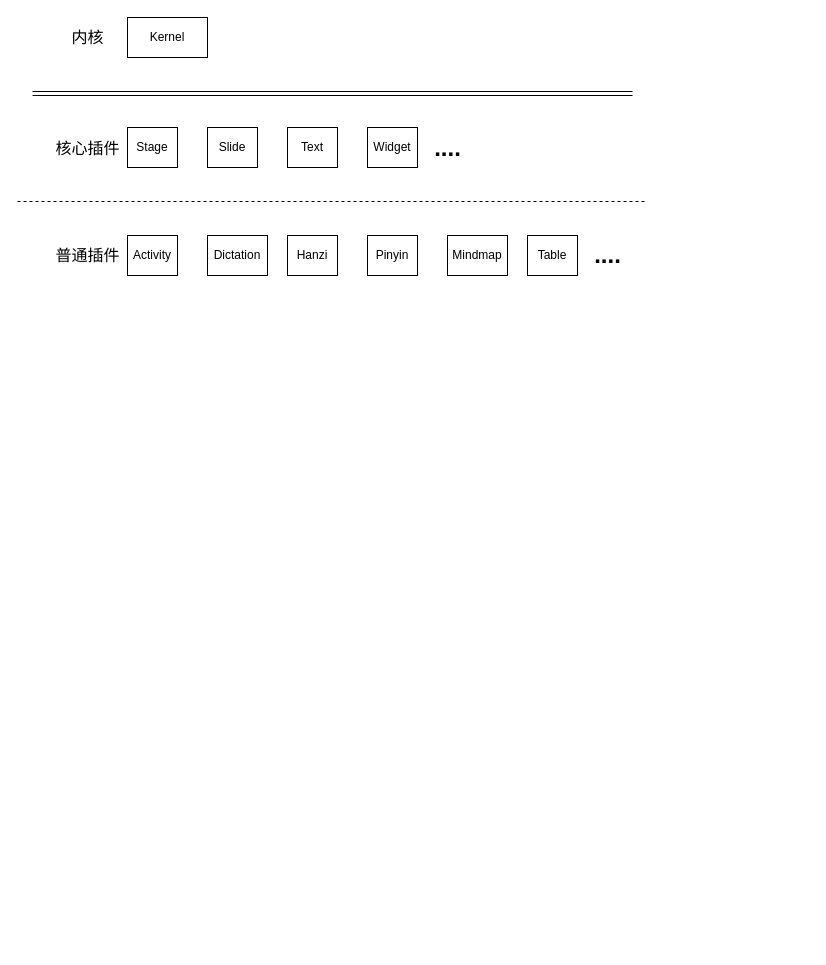
Earlier version of the draw.io diagram page "插件通信" (6 of 9) of whatsENOW.drawio (ShaojieLiu/Lab). Source tidied: cells renumbered, new cells numbered last; positions are measured from the earlier drawing's top-left corner, leaving out a move shared by most shapes. Both pictures are drawn from the tidied source at 100%, with x=0, y=0 at pixel (17, 17).
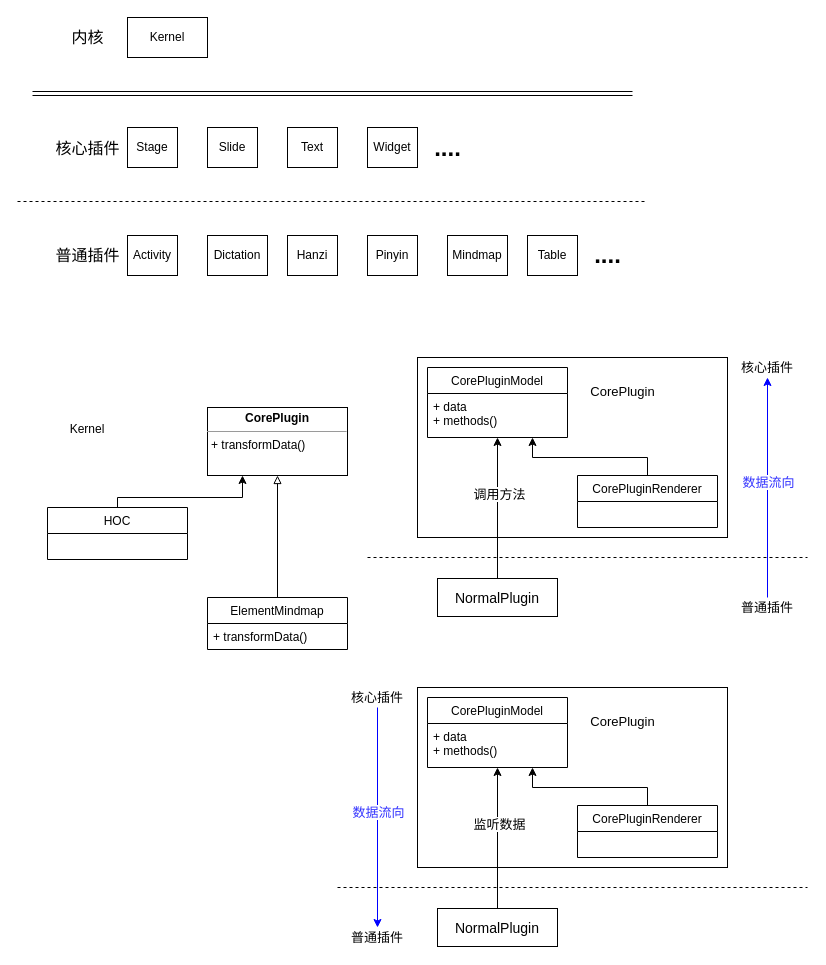
The same page after the edit.

The edit, as a diff of the source:
```diff
@@
+    <mxCell id="21" style="rounded=0;whiteSpace=wrap;html=1;strokeColor=#000000;strokeWidth=1;fillColor=none;fontSize=16;fontColor=#3333FF;" parent="1" vertex="1">
+      <mxGeometry x="400" y="340" width="310" height="180" as="geometry" />
+    </mxCell>
@@
+    <mxCell id="22" style="edgeStyle=orthogonalEdgeStyle;rounded=0;jettySize=auto;html=1;exitX=0.5;exitY=0;exitDx=0;exitDy=0;entryX=0.25;entryY=1;entryDx=0;entryDy=0;endArrow=classic;endFill=1;" parent="1" edge="1" source="23" target="27">
+      <mxGeometry relative="1" as="geometry">
+        <Array as="points">
+          <mxPoint x="100" y="480" />
+          <mxPoint x="225" y="480" />
+        </Array>
+      </mxGeometry>
+    </mxCell>
+    <mxCell id="23" value="HOC" style="swimlane;fontStyle=0;horizontal=1;startSize=26;fillColor=none;" parent="1" vertex="1">
+      <mxGeometry x="30" y="490" width="140" height="52" as="geometry" />
+    </mxCell>
+    <mxCell id="24" style="edgeStyle=none;rounded=0;jettySize=auto;html=1;exitX=0.5;exitY=0;exitDx=0;exitDy=0;entryX=0.5;entryY=1;entryDx=0;entryDy=0;endArrow=block;endFill=0;" parent="1" edge="1" source="25" target="27">
+      <mxGeometry relative="1" as="geometry" />
+    </mxCell>
+    <mxCell id="25" value="ElementMindmap" style="swimlane;fontStyle=0;horizontal=1;startSize=26;fillColor=none;" parent="1" vertex="1">
+      <mxGeometry x="190" y="580" width="140" height="52" as="geometry" />
+    </mxCell>
+    <mxCell id="26" value="+ transformData()" style="text;strokeColor=none;fillColor=none;align=left;verticalAlign=top;spacingLeft=4;spacingRight=4;overflow=hidden;" parent="25" vertex="1">
+      <mxGeometry y="26" width="140" height="26" as="geometry" />
+    </mxCell>
+    <mxCell id="27" value="&lt;p style=&quot;margin: 0px ; margin-top: 4px ; text-align: center&quot;&gt;&lt;b&gt;CorePlugin&lt;/b&gt;&lt;/p&gt;&lt;hr size=&quot;1&quot;&gt;&lt;p style=&quot;margin: 0px ; margin-left: 4px&quot;&gt;+ transformData()&lt;/p&gt;&lt;p style=&quot;margin: 0px ; margin-left: 4px&quot;&gt;&lt;br&gt;&lt;/p&gt;" style="verticalAlign=top;align=left;overflow=fill;fontSize=12;fontFamily=Helvetica;html=1;" parent="1" vertex="1">
+      <mxGeometry x="190" y="390" width="140" height="68" as="geometry" />
+    </mxCell>
+    <mxCell id="28" value="Kernel" style="text;align=center;fontStyle=0;verticalAlign=middle;spacingLeft=3;spacingRight=3;strokeColor=none;" parent="1" vertex="1">
+      <mxGeometry x="30" y="398" width="80" height="26" as="geometry" />
+    </mxCell>
+    <mxCell id="29" value="CorePluginModel" style="swimlane;fontStyle=0;horizontal=1;startSize=26;fillColor=none;" parent="1" vertex="1">
+      <mxGeometry x="410" y="350" width="140" height="70" as="geometry" />
+    </mxCell>
+    <mxCell id="30" value="+ data&#10;+ methods()" style="text;strokeColor=none;fillColor=none;align=left;verticalAlign=top;spacingLeft=4;spacingRight=4;overflow=hidden;points=[[0,0.5],[1,0.5]];portConstraint=eastwest;" parent="29" vertex="1">
+      <mxGeometry y="26" width="140" height="44" as="geometry" />
+    </mxCell>
+    <mxCell id="31" style="edgeStyle=orthogonalEdgeStyle;rounded=0;jettySize=auto;html=1;exitX=0.5;exitY=0;exitDx=0;exitDy=0;entryX=0.75;entryY=1;entryDx=0;entryDy=0;endArrow=classic;endFill=1;fontSize=13;fontColor=#000000;" parent="1" edge="1" source="32" target="29">
+      <mxGeometry relative="1" as="geometry">
+        <Array as="points">
+          <mxPoint x="630" y="440" />
+          <mxPoint x="515" y="440" />
+        </Array>
+      </mxGeometry>
+    </mxCell>
+    <mxCell id="32" value="CorePluginRenderer" style="swimlane;fontStyle=0;horizontal=1;startSize=26;fillColor=none;" parent="1" vertex="1">
+      <mxGeometry x="560" y="458" width="140" height="52" as="geometry" />
+    </mxCell>
+    <mxCell id="33" value="CorePlugin" style="text;html=1;fontSize=13;fontColor=#000000;fontStyle=0;align=center;" parent="1" vertex="1">
+      <mxGeometry x="550" y="360" width="110" height="30" as="geometry" />
+    </mxCell>
+    <mxCell id="34" style="edgeStyle=none;rounded=0;jettySize=auto;html=1;exitX=0.5;exitY=0;exitDx=0;exitDy=0;endArrow=classic;endFill=1;fontSize=13;fontColor=#000000;" parent="1" edge="1" source="36" target="30">
+      <mxGeometry relative="1" as="geometry" />
+    </mxCell>
+    <mxCell id="35" value="调用方法" style="text;html=1;align=center;verticalAlign=middle;labelBackgroundColor=#ffffff;fontSize=13;fontColor=#000000;" parent="34" vertex="1">
+      <mxGeometry x="0.21" y="-1" relative="1" as="geometry" />
+    </mxCell>
+    <mxCell id="36" value="&lt;font color=&quot;#000000&quot; style=&quot;font-size: 14px&quot;&gt;NormalPlugin&lt;/font&gt;" style="rounded=0;whiteSpace=wrap;html=1;strokeColor=#000000;strokeWidth=1;fillColor=none;fontSize=16;fontColor=#3333FF;" parent="1" vertex="1">
+      <mxGeometry x="420" y="561" width="120" height="38" as="geometry" />
+    </mxCell>
+    <mxCell id="37" style="endArrow=none;dashed=1;html=1;fontSize=13;fontColor=#000000;" parent="1" edge="1">
+      <mxGeometry relative="1" as="geometry">
+        <mxPoint x="350" y="540" as="sourcePoint" />
+        <mxPoint x="790" y="540" as="targetPoint" />
+      </mxGeometry>
+    </mxCell>
+    <mxCell id="38" style="endArrow=classic;html=1;fontSize=13;fontColor=#000000;strokeColor=#0000FF;" parent="1" edge="1">
+      <mxGeometry relative="1" as="geometry">
+        <mxPoint x="750" y="580" as="sourcePoint" />
+        <mxPoint x="750" y="360" as="targetPoint" />
+      </mxGeometry>
+    </mxCell>
+    <mxCell id="39" value="数据流向" style="text;html=1;align=center;verticalAlign=middle;labelBackgroundColor=#ffffff;fontSize=13;fontColor=#3333FF;" parent="38" vertex="1">
+      <mxGeometry x="0.05" relative="1" as="geometry" />
+    </mxCell>
+    <mxCell id="40" value="&lt;font color=&quot;#000000&quot;&gt;核心插件&lt;/font&gt;" style="text;html=1;strokeColor=none;fillColor=none;align=center;verticalAlign=middle;whiteSpace=wrap;rounded=0;fontSize=13;fontColor=#3333FF;" parent="1" vertex="1">
+      <mxGeometry x="720" y="340" width="60" height="20" as="geometry" />
+    </mxCell>
+    <mxCell id="41" value="&lt;font color=&quot;#000000&quot;&gt;普通插件&lt;/font&gt;" style="text;html=1;strokeColor=none;fillColor=none;align=center;verticalAlign=middle;whiteSpace=wrap;rounded=0;fontSize=13;fontColor=#3333FF;" parent="1" vertex="1">
+      <mxGeometry x="720" y="580" width="60" height="20" as="geometry" />
+    </mxCell>
+    <mxCell id="42" style="rounded=0;whiteSpace=wrap;html=1;strokeColor=#000000;strokeWidth=1;fillColor=none;fontSize=16;fontColor=#3333FF;" parent="1" vertex="1">
+      <mxGeometry x="400" y="670" width="310" height="180" as="geometry" />
+    </mxCell>
+    <mxCell id="43" value="CorePluginModel" style="swimlane;fontStyle=0;horizontal=1;startSize=26;fillColor=none;" parent="1" vertex="1">
+      <mxGeometry x="410" y="680" width="140" height="70" as="geometry" />
+    </mxCell>
+    <mxCell id="44" value="+ data&#10;+ methods()" style="text;strokeColor=none;fillColor=none;align=left;verticalAlign=top;spacingLeft=4;spacingRight=4;overflow=hidden;points=[[0,0.5],[1,0.5]];portConstraint=eastwest;" parent="43" vertex="1">
+      <mxGeometry y="26" width="140" height="44" as="geometry" />
+    </mxCell>
+    <mxCell id="45" style="edgeStyle=orthogonalEdgeStyle;rounded=0;jettySize=auto;html=1;exitX=0.5;exitY=0;exitDx=0;exitDy=0;entryX=0.75;entryY=1;entryDx=0;entryDy=0;endArrow=classic;endFill=1;fontSize=13;fontColor=#000000;" parent="1" edge="1" source="46" target="43">
+      <mxGeometry relative="1" as="geometry">
+        <Array as="points">
+          <mxPoint x="630" y="770" />
+          <mxPoint x="515" y="770" />
+        </Array>
+      </mxGeometry>
+    </mxCell>
+    <mxCell id="46" value="CorePluginRenderer" style="swimlane;fontStyle=0;horizontal=1;startSize=26;fillColor=none;" parent="1" vertex="1">
+      <mxGeometry x="560" y="788" width="140" height="52" as="geometry" />
+    </mxCell>
+    <mxCell id="47" value="CorePlugin" style="text;html=1;fontSize=13;fontColor=#000000;fontStyle=0;align=center;" parent="1" vertex="1">
+      <mxGeometry x="550" y="690" width="110" height="30" as="geometry" />
+    </mxCell>
+    <mxCell id="48" style="edgeStyle=none;rounded=0;jettySize=auto;html=1;exitX=0.5;exitY=0;exitDx=0;exitDy=0;endArrow=classic;endFill=1;fontSize=13;fontColor=#000000;" parent="1" edge="1" source="50" target="44">
+      <mxGeometry relative="1" as="geometry" />
+    </mxCell>
+    <mxCell id="49" value="监听数据" style="text;html=1;align=center;verticalAlign=middle;labelBackgroundColor=#ffffff;fontSize=13;fontColor=#000000;" parent="48" vertex="1">
+      <mxGeometry x="0.21" y="-1" relative="1" as="geometry" />
+    </mxCell>
+    <mxCell id="50" value="&lt;font color=&quot;#000000&quot; style=&quot;font-size: 14px&quot;&gt;NormalPlugin&lt;/font&gt;" style="rounded=0;whiteSpace=wrap;html=1;strokeColor=#000000;strokeWidth=1;fillColor=none;fontSize=16;fontColor=#3333FF;" parent="1" vertex="1">
+      <mxGeometry x="420" y="891" width="120" height="38" as="geometry" />
+    </mxCell>
+    <mxCell id="51" style="endArrow=none;dashed=1;html=1;fontSize=13;fontColor=#000000;" parent="1" edge="1">
+      <mxGeometry relative="1" as="geometry">
+        <mxPoint x="320" y="870" as="sourcePoint" />
+        <mxPoint x="790" y="870" as="targetPoint" />
+      </mxGeometry>
+    </mxCell>
+    <mxCell id="52" style="endArrow=none;html=1;fontSize=13;fontColor=#000000;strokeColor=#0000FF;startArrow=classic;startFill=1;endFill=0;" parent="1" edge="1">
+      <mxGeometry relative="1" as="geometry">
+        <mxPoint x="360" y="910" as="sourcePoint" />
+        <mxPoint x="360" y="690" as="targetPoint" />
+      </mxGeometry>
+    </mxCell>
+    <mxCell id="53" value="数据流向" style="text;html=1;align=center;verticalAlign=middle;labelBackgroundColor=#ffffff;fontSize=13;fontColor=#3333FF;" parent="52" vertex="1">
+      <mxGeometry x="0.05" relative="1" as="geometry" />
+    </mxCell>
+    <mxCell id="54" value="&lt;font color=&quot;#000000&quot;&gt;核心插件&lt;/font&gt;" style="text;html=1;strokeColor=none;fillColor=none;align=center;verticalAlign=middle;whiteSpace=wrap;rounded=0;fontSize=13;fontColor=#3333FF;" parent="1" vertex="1">
+      <mxGeometry x="330" y="670" width="60" height="20" as="geometry" />
+    </mxCell>
+    <mxCell id="55" value="&lt;font color=&quot;#000000&quot;&gt;普通插件&lt;/font&gt;" style="text;html=1;strokeColor=none;fillColor=none;align=center;verticalAlign=middle;whiteSpace=wrap;rounded=0;fontSize=13;fontColor=#3333FF;" parent="1" vertex="1">
+      <mxGeometry x="330" y="910" width="60" height="20" as="geometry" />
+    </mxCell>
```
